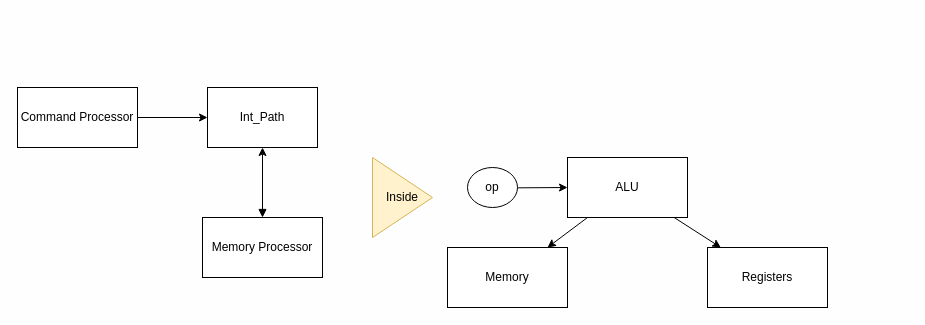
Above: Research/diagrams/ideas/basic_intpath.drawio in ItsAKanifee/GPU (draw.io), before the change. Source tidied: cells renumbered, new cells numbered last; positions are measured from the earlier drawing's top-left corner, leaving out a move shared by most shapes. Both pictures are drawn from the tidied source at 100%, with x=0, y=0 at pixel (17, 87).
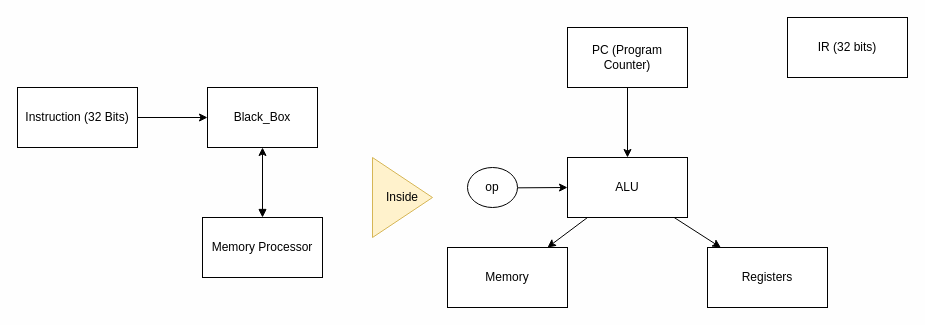
The same page after the edit.

Commit message (it also covers changes not shown here):
Enhance Int_Core notes and diagrams; clarify data flow and design elements

Diff of the diagram source:
```diff
@@
 <mxGraphModel background="#FEFEFE">
   <root>
     <mxCell id="0" />
     <mxCell id="1" parent="0" />
-    <mxCell id="2" value="Int_Path" style="rounded=0;whiteSpace=wrap;html=1;" parent="1" vertex="1">
+    <mxCell id="2" value="Black_Box" style="rounded=0;whiteSpace=wrap;html=1;" parent="1" vertex="1">
       <mxGeometry x="190" width="110" height="60" as="geometry" />
     </mxCell>
     <mxCell id="3" style="edgeStyle=none;html=1;startArrow=block;startFill=1;" parent="1" edge="1" source="4" target="2">
       <mxGeometry relative="1" as="geometry" />
     </mxCell>
     <mxCell id="4" value="Memory Processor" style="rounded=0;whiteSpace=wrap;html=1;" parent="1" vertex="1">
       <mxGeometry x="185" y="130" width="120" height="60" as="geometry" />
     </mxCell>
     <mxCell id="5" value="Inside" style="triangle;whiteSpace=wrap;html=1;fillColor=#fff2cc;strokeColor=#d6b656;" parent="1" vertex="1">
       <mxGeometry x="355" y="70" width="60" height="80" as="geometry" />
     </mxCell>
     <mxCell id="6" style="edgeStyle=none;html=1;" parent="1" edge="1" source="8" target="9">
       <mxGeometry relative="1" as="geometry" />
     </mxCell>
     <mxCell id="7" style="edgeStyle=none;html=1;" parent="1" edge="1" source="8" target="10">
       <mxGeometry relative="1" as="geometry" />
     </mxCell>
     <mxCell id="8" value="ALU" style="rounded=0;whiteSpace=wrap;html=1;" parent="1" vertex="1">
       <mxGeometry x="550" y="70" width="120" height="60" as="geometry" />
     </mxCell>
     <mxCell id="9" value="Registers" style="rounded=0;whiteSpace=wrap;html=1;" parent="1" vertex="1">
       <mxGeometry x="690" y="160" width="120" height="60" as="geometry" />
     </mxCell>
     <mxCell id="10" value="Memory" style="rounded=0;whiteSpace=wrap;html=1;" parent="1" vertex="1">
       <mxGeometry x="430" y="160" width="120" height="60" as="geometry" />
     </mxCell>
     <mxCell id="11" style="edgeStyle=none;html=1;" parent="1" edge="1" source="12" target="8">
       <mxGeometry relative="1" as="geometry" />
     </mxCell>
     <mxCell id="12" value="op" style="ellipse;whiteSpace=wrap;html=1;" parent="1" vertex="1">
       <mxGeometry x="450" y="80" width="50" height="40" as="geometry" />
     </mxCell>
     <mxCell id="13" style="edgeStyle=none;html=1;" parent="1" edge="1" source="14" target="2">
       <mxGeometry relative="1" as="geometry" />
     </mxCell>
-    <mxCell id="14" value="Command Processor" style="rounded=0;whiteSpace=wrap;html=1;" parent="1" vertex="1">
+    <mxCell id="14" value="Instruction (32 Bits)" style="rounded=0;whiteSpace=wrap;html=1;" parent="1" vertex="1">
       <mxGeometry width="120" height="60" as="geometry" />
     </mxCell>
+    <mxCell id="15" style="edgeStyle=none;html=1;" parent="1" edge="1" source="16" target="8">
+      <mxGeometry relative="1" as="geometry" />
+    </mxCell>
+    <mxCell id="16" value="PC (Program Counter)" style="rounded=0;whiteSpace=wrap;html=1;" parent="1" vertex="1">
+      <mxGeometry x="550" y="-60" width="120" height="60" as="geometry" />
+    </mxCell>
+    <mxCell id="17" value="IR (32 bits)" style="rounded=0;whiteSpace=wrap;html=1;" parent="1" vertex="1">
+      <mxGeometry x="770" y="-70" width="120" height="60" as="geometry" />
+    </mxCell>
   </root>
 </mxGraphModel>
```
